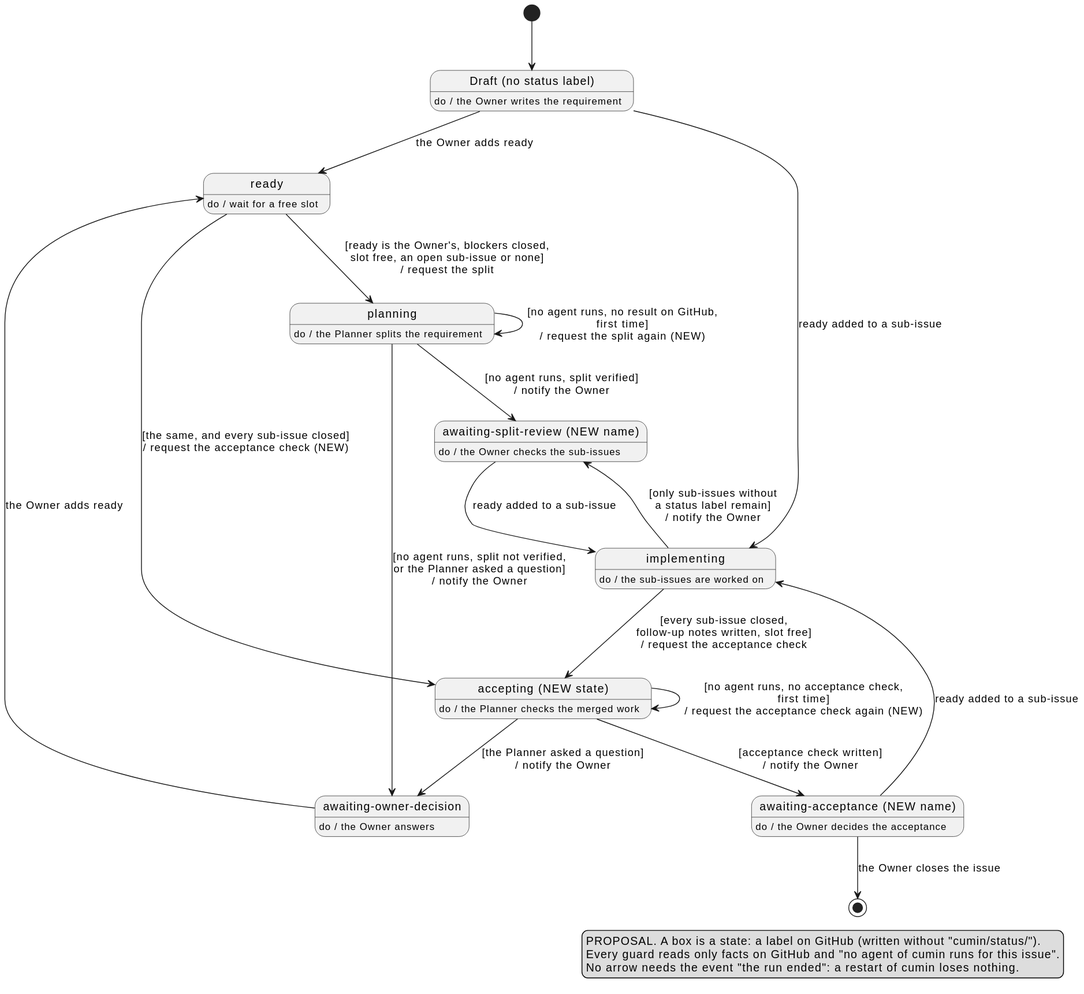
Earlier version of the PlantUML export docs/ja/requirements/workflow/proposal-requirement-issue-states.svg (cloveclovedev/cumin-works). Source of this version:
```plantuml
@startuml

hide empty description

state "Draft (no status label)" as Draft
Draft : do / the Owner writes the requirement

state "ready" as Ready
Ready : do / wait for a free slot

state "planning" as Planning
Planning : do / the Planner splits the requirement

state "awaiting-split-review  (NEW name)" as PlanReview
PlanReview : do / the Owner checks the sub-issues

state "implementing" as Implementing
Implementing : do / the sub-issues are worked on

state "accepting  (NEW state)" as Accepting
Accepting : do / the Planner checks the merged work

state "awaiting-acceptance  (NEW name)" as Acceptance
Acceptance : do / the Owner decides the acceptance

state "awaiting-owner-decision" as Decision
Decision : do / the Owner answers

[*] --> Draft
Draft --> Ready : the Owner adds ready
Draft --> Implementing : ready added to a sub-issue
Ready --> Planning : [ready is the Owner's, blockers closed,\nslot free, an open sub-issue or none]\n/ request the split
Ready --> Accepting : [the same, and every sub-issue closed]\n/ request the acceptance check  (NEW)
Planning --> PlanReview : [no agent runs, split verified]\n/ notify the Owner
Planning --> Planning : [no agent runs, no result on GitHub,\nfirst time]\n/ request the split again  (NEW)
Planning --> Decision : [no agent runs, split not verified,\nor the Planner asked a question]\n/ notify the Owner
PlanReview --> Implementing : ready added to a sub-issue
Implementing --> Accepting : [every sub-issue closed,\nfollow-up notes written, slot free]\n/ request the acceptance check
Implementing --> PlanReview : [only sub-issues without\na status label remain]\n/ notify the Owner
Accepting --> Acceptance : [acceptance check written]\n/ notify the Owner
Accepting --> Accepting : [no agent runs, no acceptance check,\nfirst time]\n/ request the acceptance check again  (NEW)
Accepting --> Decision : [the Planner asked a question]\n/ notify the Owner
Acceptance --> Implementing : ready added to a sub-issue
Acceptance --> [*] : the Owner closes the issue
Decision --> Ready : the Owner adds ready

legend right
  PROPOSAL. A box is a state: a label on GitHub (written without "cumin/status/").
  Every guard reads only facts on GitHub and "no agent of cumin runs for this issue".
  No arrow needs the event "the run ended": a restart of cumin loses nothing.
endlegend
@enduml
```
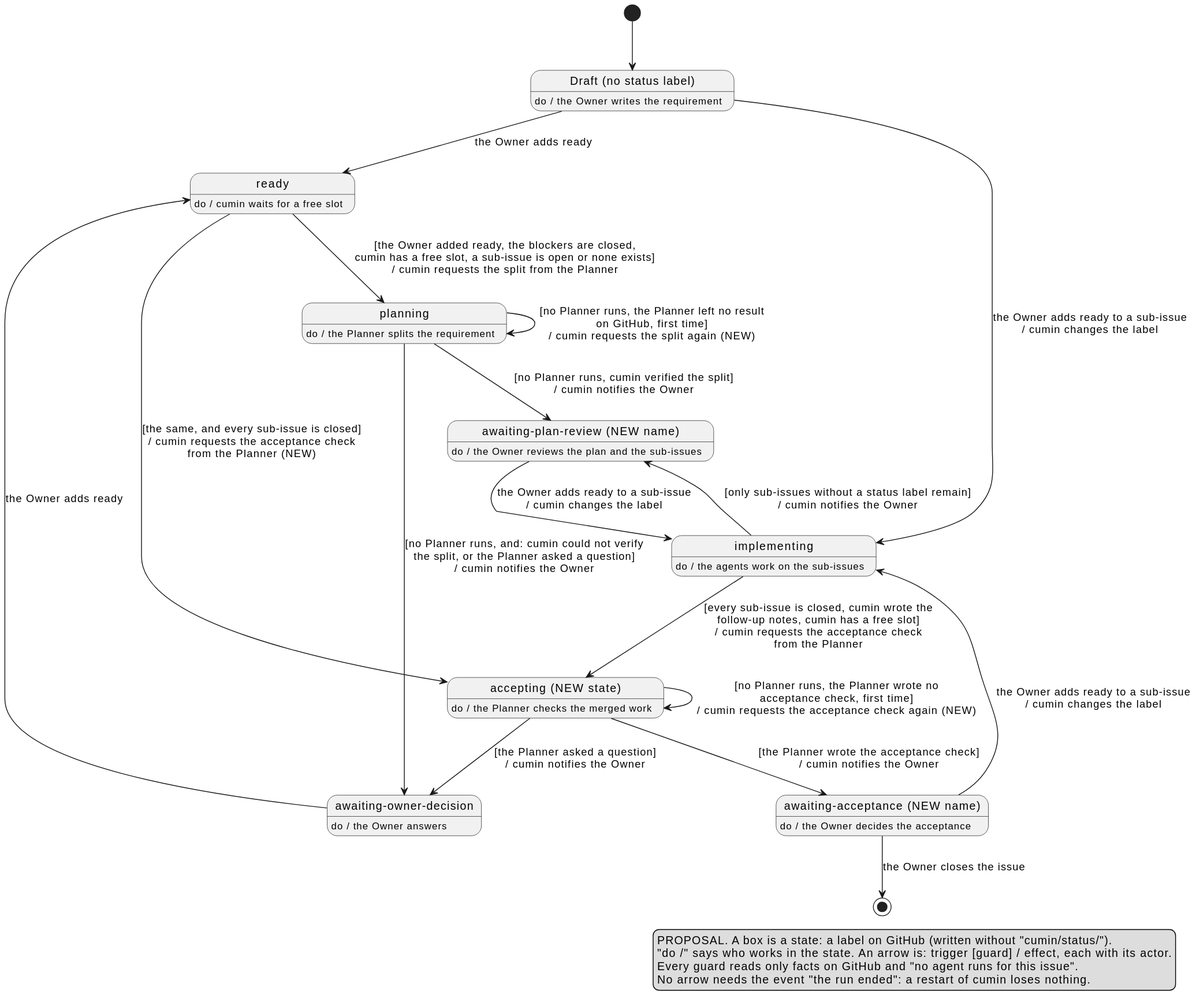
Above is the later version.

Commit message:
docs(requirements): name who acts on every activity, guard, and effect of the proposal diagrams

Change to the diagram source:
```diff
@@ -6,16 +6,16 @@
 Draft : do / the Owner writes the requirement
 
 state "ready" as Ready
-Ready : do / wait for a free slot
+Ready : do / cumin waits for a free slot
 
 state "planning" as Planning
 Planning : do / the Planner splits the requirement
 
-state "awaiting-split-review  (NEW name)" as PlanReview
-PlanReview : do / the Owner checks the sub-issues
+state "awaiting-plan-review  (NEW name)" as PlanReview
+PlanReview : do / the Owner reviews the plan and the sub-issues
 
 state "implementing" as Implementing
-Implementing : do / the sub-issues are worked on
+Implementing : do / the agents work on the sub-issues
 
 state "accepting  (NEW state)" as Accepting
 Accepting : do / the Planner checks the merged work
@@ -28,25 +28,26 @@
 
 [*] --> Draft
 Draft --> Ready : the Owner adds ready
-Draft --> Implementing : ready added to a sub-issue
-Ready --> Planning : [ready is the Owner's, blockers closed,\nslot free, an open sub-issue or none]\n/ request the split
-Ready --> Accepting : [the same, and every sub-issue closed]\n/ request the acceptance check  (NEW)
-Planning --> PlanReview : [no agent runs, split verified]\n/ notify the Owner
-Planning --> Planning : [no agent runs, no result on GitHub,\nfirst time]\n/ request the split again  (NEW)
-Planning --> Decision : [no agent runs, split not verified,\nor the Planner asked a question]\n/ notify the Owner
-PlanReview --> Implementing : ready added to a sub-issue
-Implementing --> Accepting : [every sub-issue closed,\nfollow-up notes written, slot free]\n/ request the acceptance check
-Implementing --> PlanReview : [only sub-issues without\na status label remain]\n/ notify the Owner
-Accepting --> Acceptance : [acceptance check written]\n/ notify the Owner
-Accepting --> Accepting : [no agent runs, no acceptance check,\nfirst time]\n/ request the acceptance check again  (NEW)
-Accepting --> Decision : [the Planner asked a question]\n/ notify the Owner
-Acceptance --> Implementing : ready added to a sub-issue
+Draft --> Implementing : the Owner adds ready to a sub-issue\n/ cumin changes the label
+Ready --> Planning : [the Owner added ready, the blockers are closed,\ncumin has a free slot, a sub-issue is open or none exists]\n/ cumin requests the split from the Planner
+Ready --> Accepting : [the same, and every sub-issue is closed]\n/ cumin requests the acceptance check\nfrom the Planner  (NEW)
+Planning --> PlanReview : [no Planner runs, cumin verified the split]\n/ cumin notifies the Owner
+Planning --> Planning : [no Planner runs, the Planner left no result\non GitHub, first time]\n/ cumin requests the split again  (NEW)
+Planning --> Decision : [no Planner runs, and: cumin could not verify\nthe split, or the Planner asked a question]\n/ cumin notifies the Owner
+PlanReview --> Implementing : the Owner adds ready to a sub-issue\n/ cumin changes the label
+Implementing --> Accepting : [every sub-issue is closed, cumin wrote the\nfollow-up notes, cumin has a free slot]\n/ cumin requests the acceptance check\nfrom the Planner
+Implementing --> PlanReview : [only sub-issues without a status label remain]\n/ cumin notifies the Owner
+Accepting --> Acceptance : [the Planner wrote the acceptance check]\n/ cumin notifies the Owner
+Accepting --> Accepting : [no Planner runs, the Planner wrote no\nacceptance check, first time]\n/ cumin requests the acceptance check again  (NEW)
+Accepting --> Decision : [the Planner asked a question]\n/ cumin notifies the Owner
+Acceptance --> Implementing : the Owner adds ready to a sub-issue\n/ cumin changes the label
 Acceptance --> [*] : the Owner closes the issue
 Decision --> Ready : the Owner adds ready
 
 legend right
   PROPOSAL. A box is a state: a label on GitHub (written without "cumin/status/").
-  Every guard reads only facts on GitHub and "no agent of cumin runs for this issue".
+  "do /" says who works in the state. An arrow is: trigger [guard] / effect, each with its actor.
+  Every guard reads only facts on GitHub and "no agent runs for this issue".
   No arrow needs the event "the run ended": a restart of cumin loses nothing.
 endlegend
 @enduml
```
